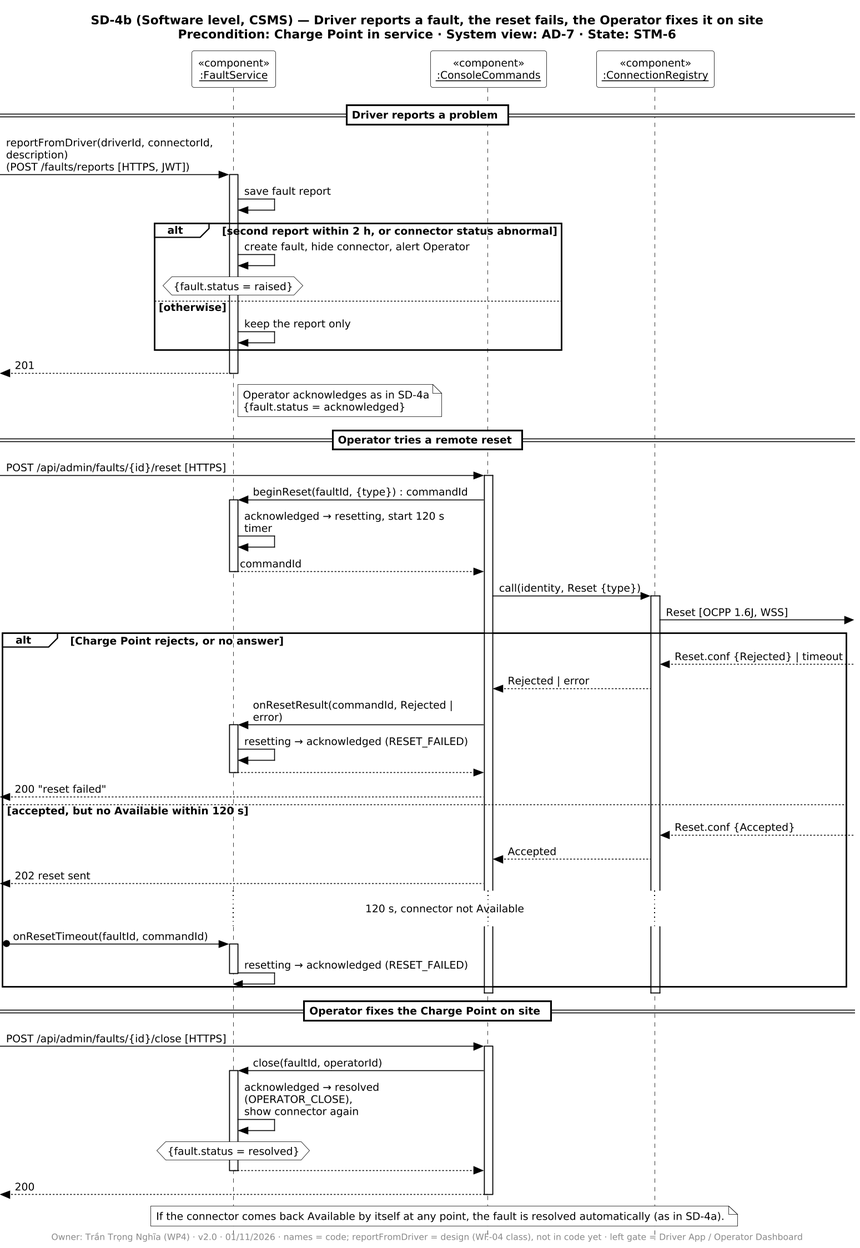
Earlier version of the PlantUML export diagrams/report4/sequence/SD-4b/SD-4b.png (PowerMeApp/powerme).
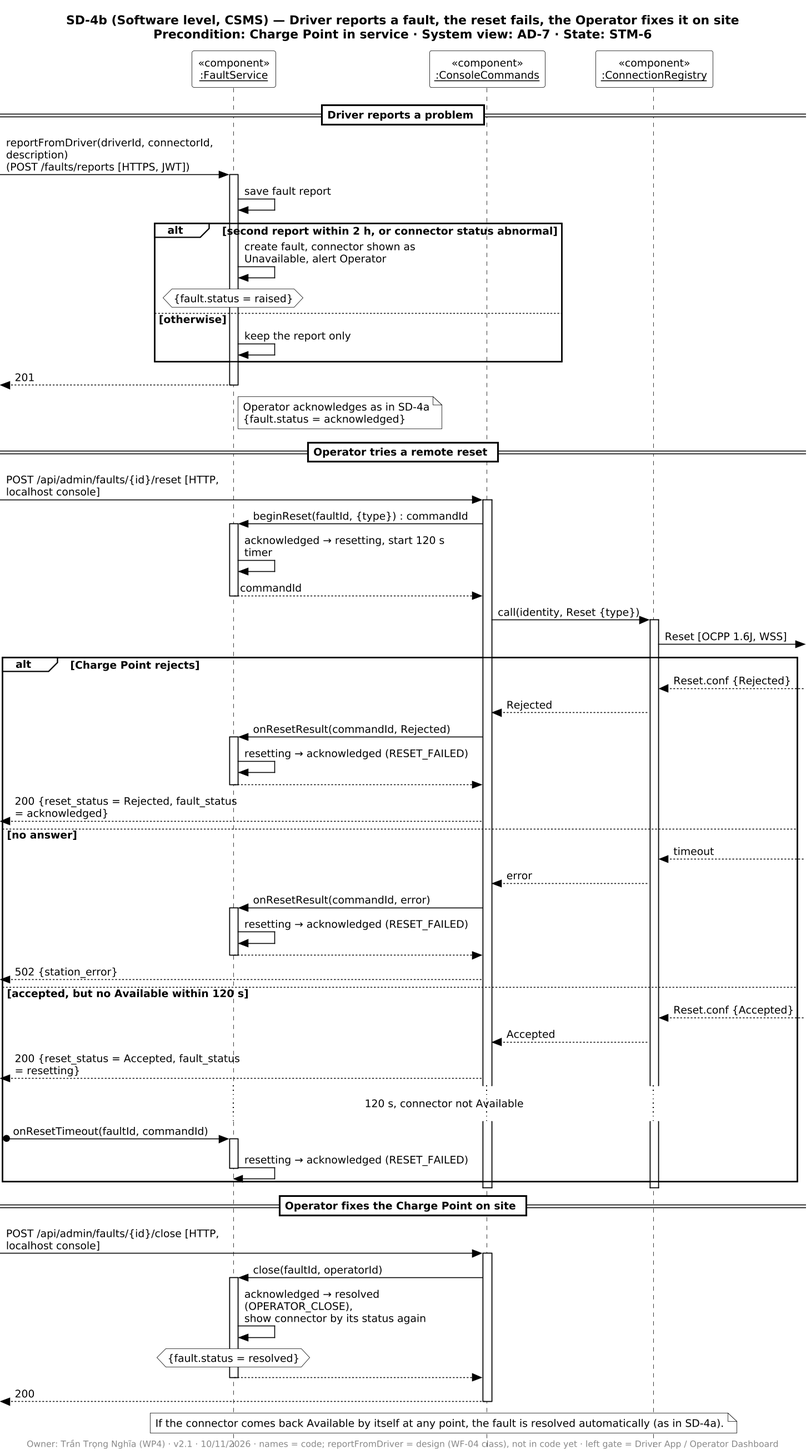
Later version of the same file.

Change to the diagram source:
```diff
@@ -1,7 +1,7 @@
 @startuml SD-4b
 !include ../_style.iuml
 title SD-4b (Software level, CSMS) — Driver reports a fault, the reset fails, the Operator fixes it on site\nPrecondition: Charge Point in service · System view: AD-7 · State: STM-6
-footer Owner: Trần Trọng Nghĩa (WP4) · v2.0 · 01/11/2026 · names = code; reportFromDriver = design (WF-04 class), not in code yet · left gate = Driver App / Operator Dashboard
+footer Owner: Trần Trọng Nghĩa (WP4) · v2.1 · 10/11/2026 · names = code; reportFromDriver = design (WF-04 class), not in code yet · left gate = Driver App / Operator Dashboard
 
 participant "«component»\n<u>:FaultService</u>" as FS
 participant "«component»\n<u>:ConsoleCommands</u>" as CC
@@ -11,7 +11,7 @@
 [-> FS ++ : reportFromDriver(driverId, connectorId, description)\n(POST /faults/reports [HTTPS, JWT])
 FS -> FS : save fault report
 alt second report within 2 h, or connector status abnormal
-  FS -> FS : create fault, hide connector, alert Operator
+  FS -> FS : create fault, connector shown as Unavailable, alert Operator
   hnote over FS : {fault.status = raised}
 else otherwise
   FS -> FS : keep the report only
@@ -20,23 +20,30 @@
 note right of FS : Operator acknowledges as in SD-4a\n{fault.status = acknowledged}
 
 == Operator tries a remote reset ==
-[-> CC ++ : POST /api/admin/faults/{id}/reset [HTTPS]
+[-> CC ++ : POST /api/admin/faults/{id}/reset [HTTP, localhost console]
 CC -> FS ++ : beginReset(faultId, {type}) : commandId
 FS -> FS : acknowledged → resetting, start 120 s timer
 FS --> CC -- : commandId
 CC -> REG ++ : call(identity, Reset {type})
 REG ->] : Reset [OCPP 1.6J, WSS]
-alt Charge Point rejects, or no answer
-  REG <--] : Reset.conf {Rejected} | timeout
-  REG --> CC : Rejected | error
-  CC -> FS ++ : onResetResult(commandId, Rejected | error)
+alt Charge Point rejects
+  REG <--] : Reset.conf {Rejected}
+  REG --> CC : Rejected
+  CC -> FS ++ : onResetResult(commandId, Rejected)
   FS -> FS : resetting → acknowledged (RESET_FAILED)
   FS --> CC --
-  [<-- CC : 200 "reset failed"
+  [<-- CC : 200 {reset_status = Rejected, fault_status = acknowledged}
+else no answer
+  REG <--] : timeout
+  REG --> CC : error
+  CC -> FS ++ : onResetResult(commandId, error)
+  FS -> FS : resetting → acknowledged (RESET_FAILED)
+  FS --> CC --
+  [<-- CC : 502 {station_error}
 else accepted, but no Available within 120 s
   REG <--] : Reset.conf {Accepted}
   REG --> CC : Accepted
-  [<-- CC : 202 reset sent
+  [<-- CC : 200 {reset_status = Accepted, fault_status = resetting}
   ... 120 s, connector not Available ...
   [o-> FS ++ : onResetTimeout(faultId, commandId)
   FS -> FS : resetting → acknowledged (RESET_FAILED)
@@ -46,9 +53,9 @@
 deactivate CC
 
 == Operator fixes the Charge Point on site ==
-[-> CC ++ : POST /api/admin/faults/{id}/close [HTTPS]
+[-> CC ++ : POST /api/admin/faults/{id}/close [HTTP, localhost console]
 CC -> FS ++ : close(faultId, operatorId)
-FS -> FS : acknowledged → resolved (OPERATOR_CLOSE),\nshow connector again
+FS -> FS : acknowledged → resolved (OPERATOR_CLOSE),\nshow connector by its status again
 hnote over FS : {fault.status = resolved}
 FS --> CC --
 [<-- CC -- : 200
```
